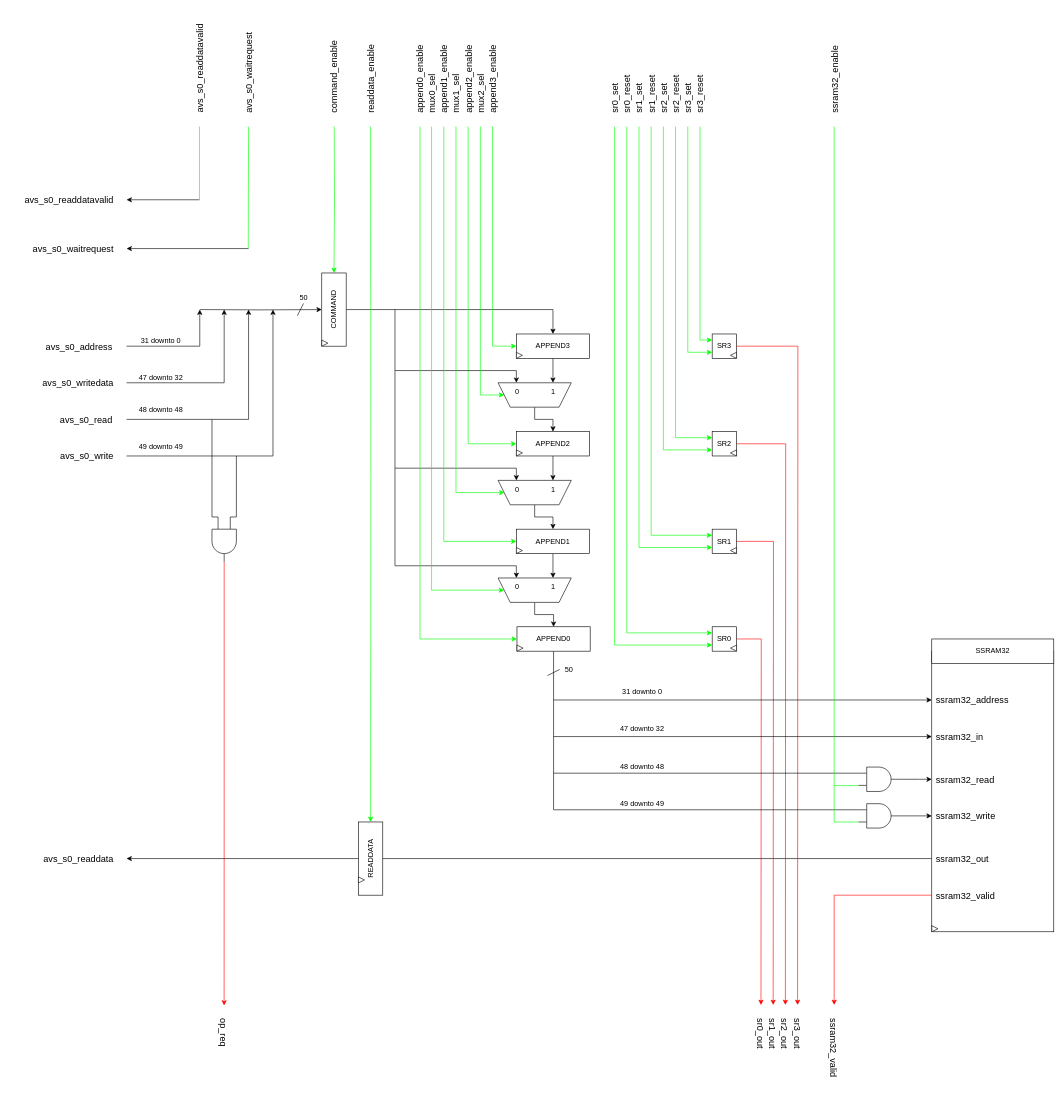
This is page "rtl_avalonside" (2 of 3) of rtl/avalon_hyperRAM_interface.drawio from AndreaBononi/IP_cores, a draw.io file, before an edit. Source tidied: cells renumbered, new cells numbered last; positions are measured from the earlier drawing's top-left corner, leaving out a move shared by most shapes. Both pictures are drawn from the tidied source at 61%, with x=0, y=0 at pixel (10, 53).
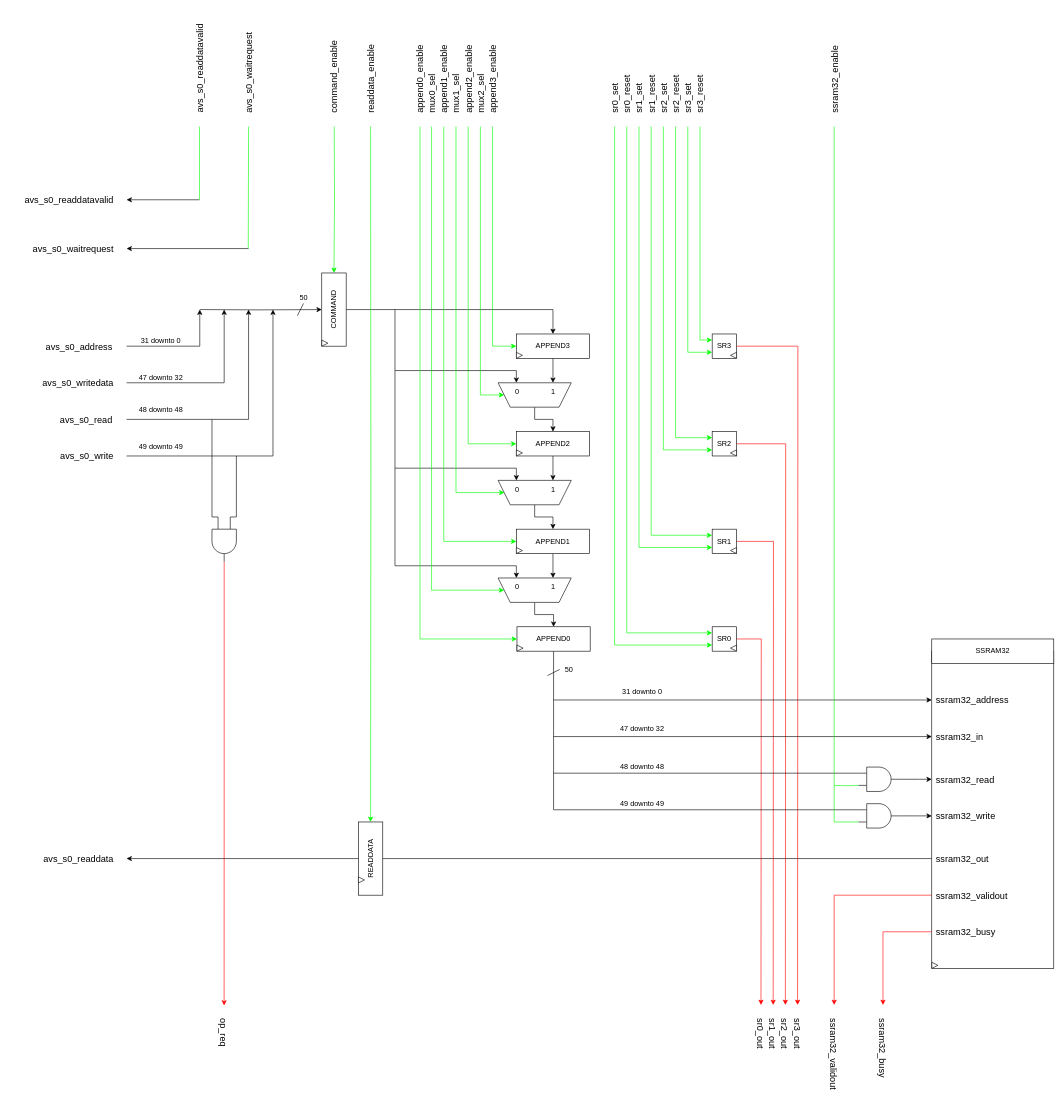
The same diagram, later.

Diff of the diagram source:
```diff
@@
     <mxCell id="14" style="rounded=0;whiteSpace=wrap;html=1;" parent="1" vertex="1">
-      <mxGeometry x="1510" y="980" width="200" height="460" as="geometry" />
+      <mxGeometry x="1510" y="980" width="200" height="520" as="geometry" />
     </mxCell>
     <mxCell id="15" style="triangle;whiteSpace=wrap;html=1;" parent="1" vertex="1">
-      <mxGeometry x="1510" y="1430" width="10" height="10" as="geometry" />
+      <mxGeometry x="1510" y="1490" width="10" height="10" as="geometry" />
     </mxCell>
@@
-    <mxCell id="24" value="&lt;font style=&quot;font-size: 15px;&quot;&gt;ssram32_&lt;font style=&quot;font-size: 15px;&quot;&gt;valid&lt;/font&gt;&lt;/font&gt;" style="text;html=1;align=left;verticalAlign=middle;strokeColor=none;fillColor=none;" parent="1" vertex="1">
-      <mxGeometry x="1515" y="1365" width="120" height="30" as="geometry" />
+    <mxCell id="24" value="&lt;font style=&quot;font-size: 15px;&quot;&gt;ssram32_&lt;font style=&quot;font-size: 15px;&quot;&gt;validout&lt;/font&gt;&lt;/font&gt;" style="text;html=1;align=left;verticalAlign=middle;strokeColor=none;fillColor=none;" parent="1" vertex="1">
+      <mxGeometry x="1515" y="1365" width="140" height="30" as="geometry" />
     </mxCell>
@@
-    <mxCell id="138" value="ssram32_valid" style="text;html=1;align=left;verticalAlign=middle;strokeColor=none;fillColor=none;fontSize=15;rotation=90;" parent="1" vertex="1">
-      <mxGeometry x="1290" y="1625" width="120" height="30" as="geometry" />
+    <mxCell id="138" value="ssram32_validout" style="text;html=1;align=left;verticalAlign=middle;strokeColor=none;fillColor=none;fontSize=15;rotation=90;" parent="1" vertex="1">
+      <mxGeometry x="1280" y="1635" width="140" height="30" as="geometry" />
     </mxCell>
@@
+    <mxCell id="143" value="&lt;font style=&quot;font-size: 15px;&quot;&gt;ssram32_busy&lt;/font&gt;" style="text;html=1;align=left;verticalAlign=middle;strokeColor=none;fillColor=none;" parent="1" vertex="1">
+      <mxGeometry x="1515" y="1425" width="120" height="30" as="geometry" />
+    </mxCell>
+    <mxCell id="144" style="edgeStyle=orthogonalEdgeStyle;rounded=0;orthogonalLoop=1;jettySize=auto;html=1;strokeColor=#FF0000;" parent="1" edge="1">
+      <mxGeometry relative="1" as="geometry">
+        <mxPoint x="1510" y="1440" as="sourcePoint" />
+        <mxPoint x="1430" y="1560" as="targetPoint" />
+        <Array as="points">
+          <mxPoint x="1430" y="1440" />
+        </Array>
+      </mxGeometry>
+    </mxCell>
+    <mxCell id="145" value="&lt;div&gt;ssram32_busy&lt;/div&gt;" style="text;html=1;align=left;verticalAlign=middle;strokeColor=none;fillColor=none;fontSize=15;rotation=90;" parent="1" vertex="1">
+      <mxGeometry x="1370" y="1625" width="120" height="30" as="geometry" />
+    </mxCell>
```
